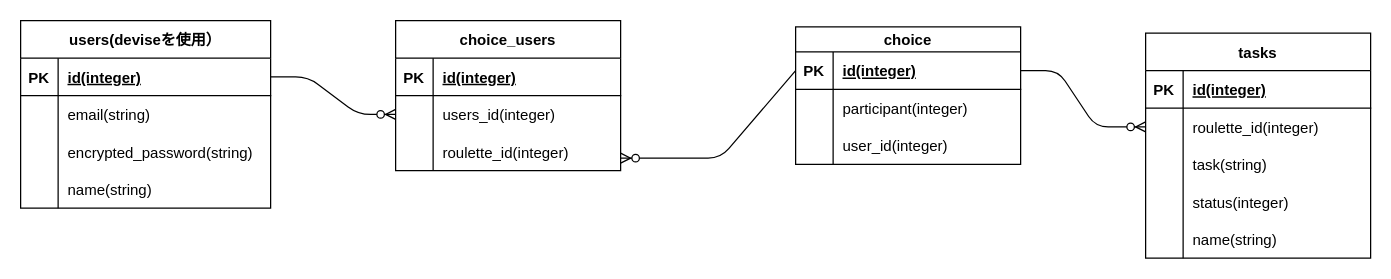
The draw.io diagram er.dio in MizukiNamai/buntan_roulette, before the edit. Source tidied: cells renumbered, new cells numbered last; positions are measured from the earlier drawing's top-left corner, leaving out a move shared by most shapes. Both pictures are drawn from the tidied source at 125%, with x=0, y=0 at pixel (20, 20).
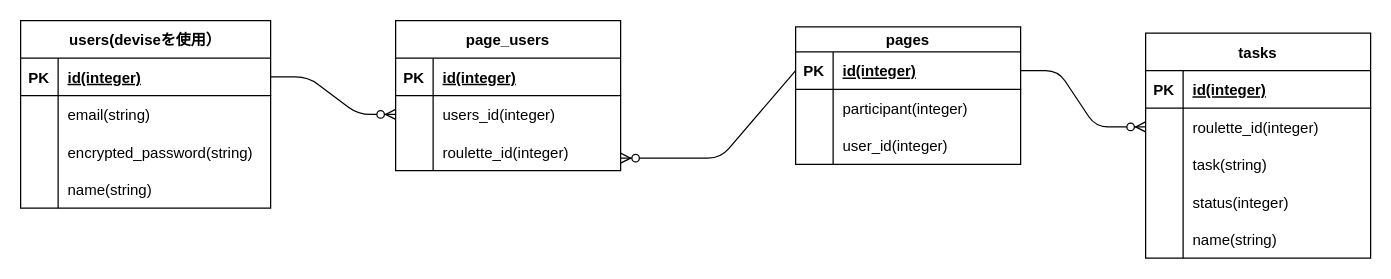
The same page after the edit.

The edit, as a diff of the source:
```diff
@@
-    <mxCell id="15" value="choice" style="shape=table;startSize=20;childLayout=tableLayout;rowLines=0;fontStyle=1;align=center;" parent="1" vertex="1">
+    <mxCell id="15" value="pages" style="shape=table;startSize=20;childLayout=tableLayout;rowLines=0;fontStyle=1;align=center;" parent="1" vertex="1">
       <mxGeometry x="620" y="5" width="180" height="110" as="geometry" />
     </mxCell>
@@
-    <mxCell id="25" value="choice_users" style="shape=table;startSize=30;childLayout=tableLayout;rowLines=0;fontStyle=1;align=center;" parent="1" vertex="1">
+    <mxCell id="25" value="page_users" style="shape=table;startSize=30;childLayout=tableLayout;rowLines=0;fontStyle=1;align=center;" parent="1" vertex="1">
       <mxGeometry x="300" width="180" height="120" as="geometry" />
     </mxCell>
```
